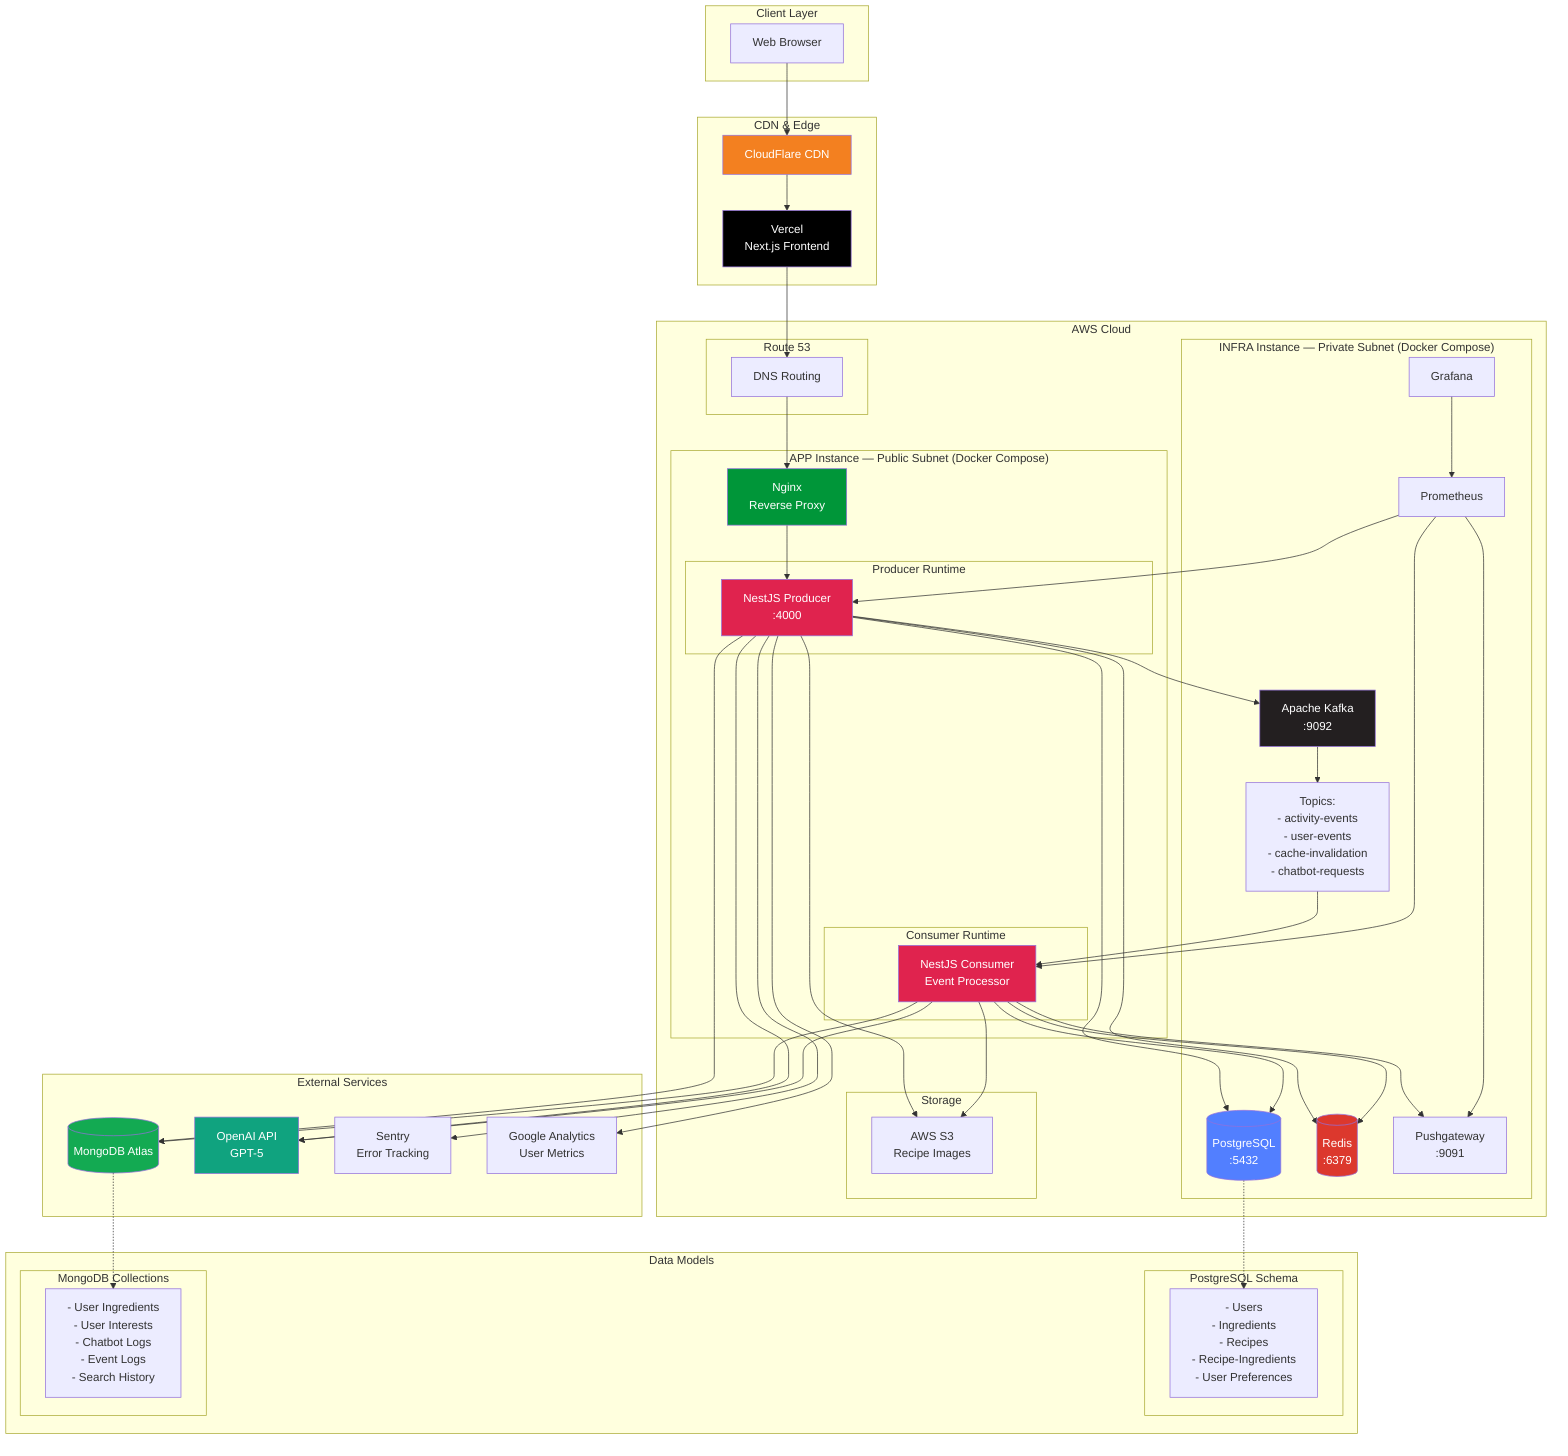
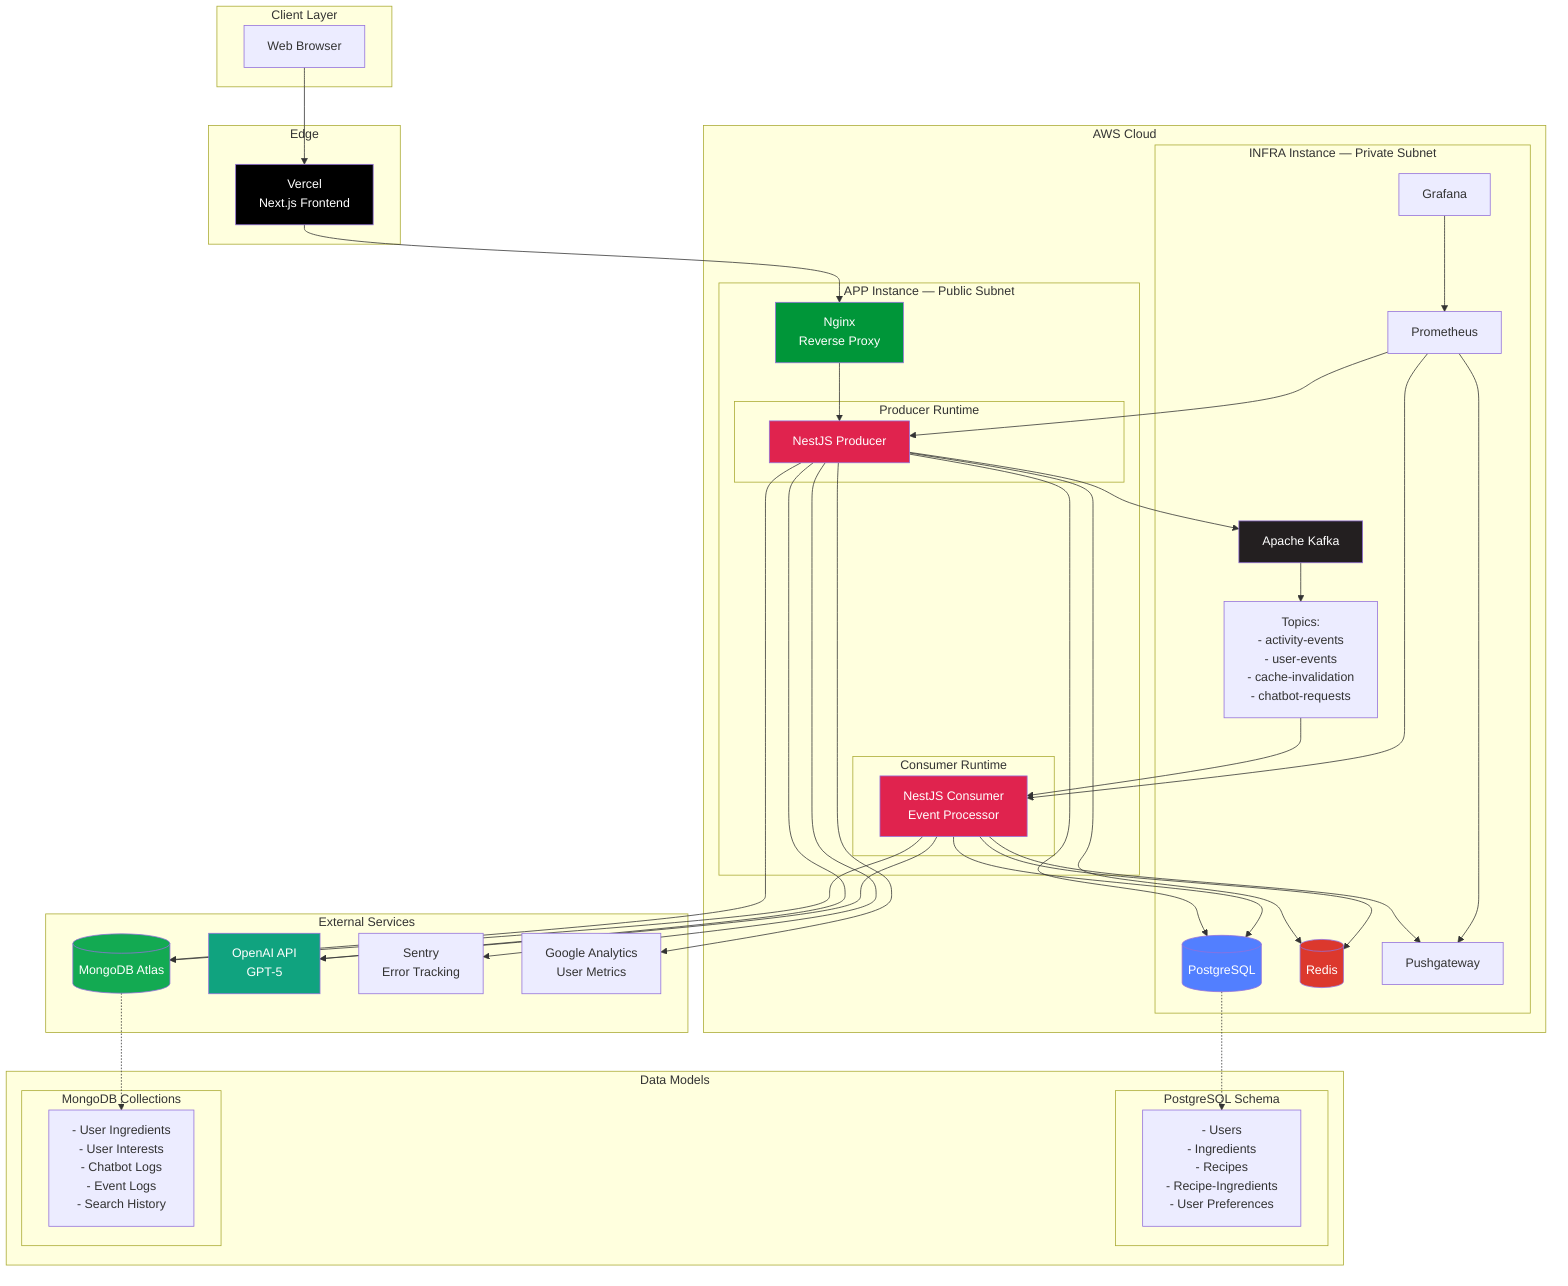
graph TB
    subgraph "Client Layer"
        WEB[Web Browser]
    end

-     subgraph "CDN & Edge"
-         CF[CloudFlare CDN]
+     subgraph "Edge"
        VERCEL[Vercel<br/>Next.js Frontend]
    end

    subgraph "AWS Cloud"
-         subgraph "Route 53"
-             R53[DNS Routing]
-         end
- 
-         subgraph "APP Instance — Public Subnet (Docker Compose)"
+         subgraph "APP Instance — Public Subnet"
            NGINX[Nginx<br/>Reverse Proxy]
            subgraph "Producer Runtime"
-                 API[NestJS Producer<br/>:4000]
+                 API[NestJS Producer<br/>]
            end
            subgraph "Consumer Runtime"
                CONSUMER[NestJS Consumer<br/>Event Processor]
            end
        end

-         subgraph "INFRA Instance — Private Subnet (Docker Compose)"
-             PG[(PostgreSQL<br/>:5432)]
-             REDIS[(Redis<br/>:6379)]
-             KAFKA[Apache Kafka<br/>:9092]
+         subgraph "INFRA Instance — Private Subnet"
+             PG[(PostgreSQL<br/>)]
+             REDIS[(Redis<br/>)]
+             KAFKA[Apache Kafka<br/>]
            TOPICS["Topics:<br/>- activity-events<br/>- user-events<br/>- cache-invalidation<br/>- chatbot-requests"]
            PROM[Prometheus]
-             PGW[Pushgateway<br/>:9091]
+             PGW[Pushgateway<br/>]
            GRAFANA[Grafana]
-         end
- 
-         subgraph "Storage"
-             S3[AWS S3<br/>Recipe Images]
        end
    end

    subgraph "External Services"
        MONGO[(MongoDB Atlas)]
        OPENAI[OpenAI API<br/>GPT-5]
        SENTRY[Sentry<br/>Error Tracking]
        GA[Google Analytics<br/>User Metrics]
    end

    subgraph "Data Models"
        subgraph "PostgreSQL Schema"
            SQL_DATA["- Users<br/>- Ingredients<br/>- Recipes<br/>- Recipe-Ingredients<br/>- User Preferences"]
        end
        subgraph "MongoDB Collections"
            NOSQL_DATA["- User Ingredients<br/>- User Interests<br/>- Chatbot Logs<br/>- Event Logs<br/>- Search History"]
        end
    end

    %% Client Connections
-     WEB --> CF
-     CF --> VERCEL
-     VERCEL --> R53
-     R53 --> NGINX
+     WEB --> VERCEL
+     VERCEL --> NGINX
    NGINX --> API

    %% API Connections
    API --> REDIS
    API --> PG
    API --> MONGO
    API --> KAFKA
-     API --> S3
    API --> OPENAI
    API --> SENTRY
    API --> GA

    %% Kafka Flow
    KAFKA --> TOPICS
    TOPICS --> CONSUMER

    %% Consumer Connections
    CONSUMER --> REDIS
    CONSUMER --> PG
    CONSUMER --> MONGO
    CONSUMER --> OPENAI
-     CONSUMER --> S3
    CONSUMER --> PGW

    %% Monitoring (Prometheus scrapes APP Instance metrics)
    PROM --> API
    PROM --> CONSUMER
    PROM --> PGW
    GRAFANA --> PROM

    %% Data Model References
    PG -.-> SQL_DATA
    MONGO -.-> NOSQL_DATA

    style VERCEL fill:#000000,color:#fff
    style API fill:#e0234e,color:#fff
    style CONSUMER fill:#e0234e,color:#fff
    style KAFKA fill:#231f20,color:#fff
    style REDIS fill:#dc382d,color:#fff
    style PG fill:#527fff,color:#fff
    style MONGO fill:#13aa52,color:#fff
    style OPENAI fill:#10a37f,color:#fff
-     style CF fill:#f38020,color:#fff
    style NGINX fill:#009639,color:#fff
